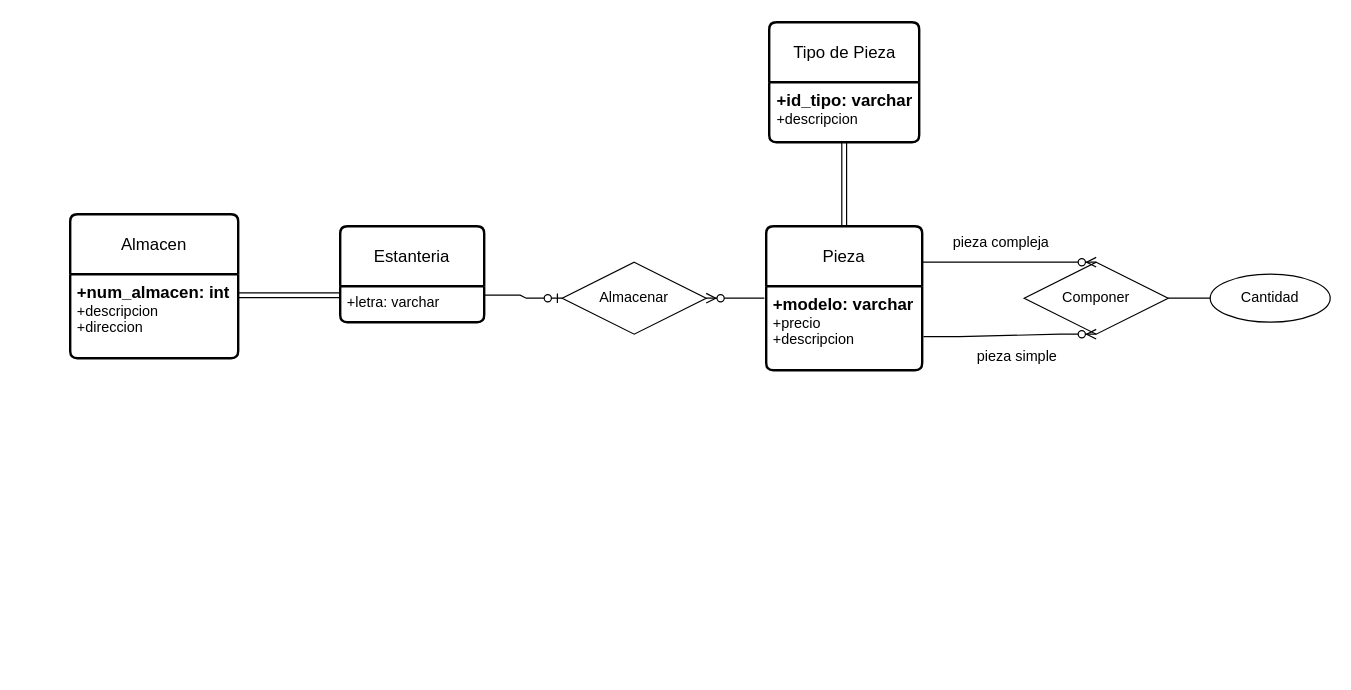
Before: ejercicio5.drawio in AsierGArranz/aga-sru-sa-t-UD12DiagramaER-11102023, a draw.io diagram. Source tidied: cells renumbered, new cells numbered last; positions are measured from the earlier drawing's top-left corner, leaving out a move shared by most shapes. Both pictures are drawn from the tidied source at 120%, with x=0, y=0 at pixel (70, 22).
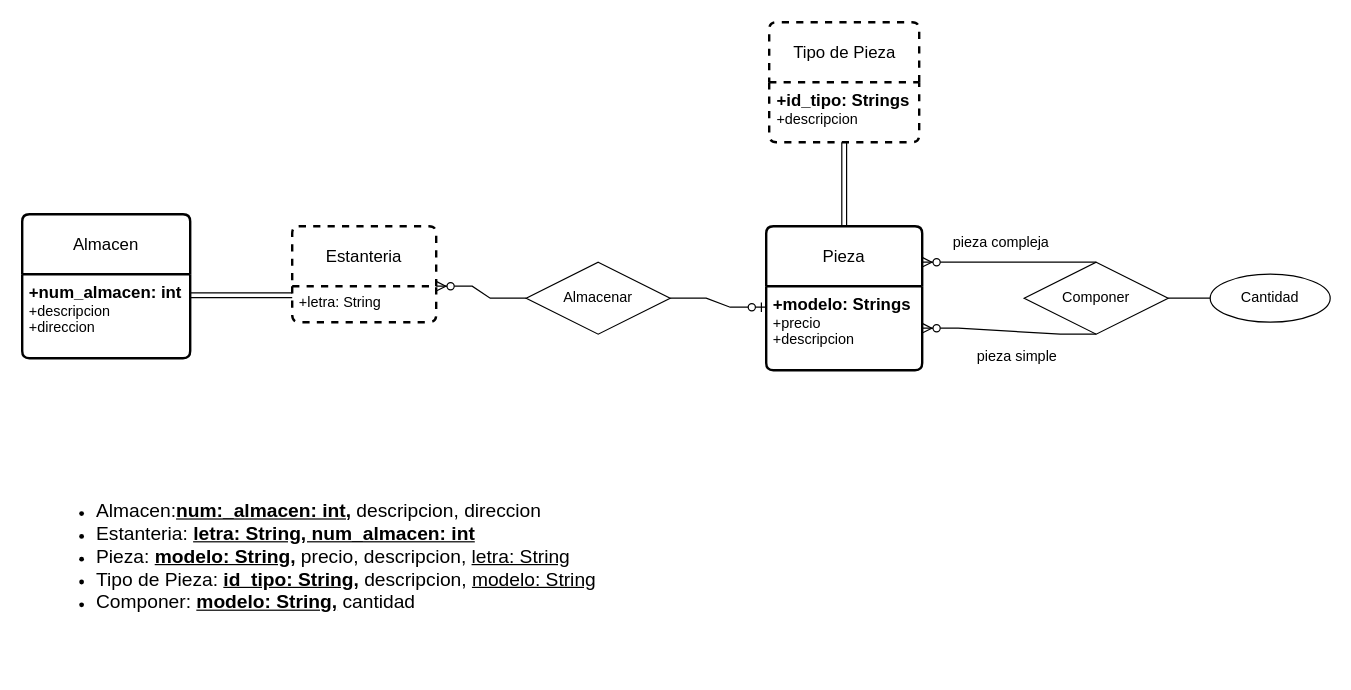
Above is the later version.

The change refers to these unchanged cells:
```xml
<mxCell id="4" value="Pieza" style="swimlane;horizontal=1;startSize=50;rounded=1;fontSize=14;fontStyle=0;strokeWidth=2;shadow=0;dashed=0;align=center;arcSize=4;whiteSpace=wrap;html=1;" parent="1" vertex="1">
  <mxGeometry x="580" y="170" width="130" height="120" as="geometry" />
</mxCell>
<mxCell id="8" value="Componer" style="shape=rhombus;perimeter=rhombusPerimeter;whiteSpace=wrap;html=1;align=center;" parent="1" vertex="1">
  <mxGeometry x="795" y="200" width="120" height="60" as="geometry" />
</mxCell>
```

What changed in the source:
```diff
@@
-    <mxCell id="2" value="Tipo de Pieza" style="swimlane;horizontal=1;startSize=50;rounded=1;fontSize=14;fontStyle=0;strokeWidth=2;shadow=0;dashed=0;align=center;arcSize=4;whiteSpace=wrap;html=1;" parent="1" vertex="1">
+    <mxCell id="2" value="Tipo de Pieza" style="swimlane;horizontal=1;startSize=50;rounded=1;fontSize=14;fontStyle=0;strokeWidth=2;shadow=0;dashed=1;align=center;arcSize=4;whiteSpace=wrap;html=1;" parent="1" vertex="1">
       <mxGeometry x="582.5" width="125" height="100" as="geometry" />
     </mxCell>
-    <mxCell id="3" value="&lt;font style=&quot;font-size: 14px;&quot;&gt;&lt;b&gt;+id_tipo: varchar&lt;br&gt;&lt;/b&gt;&lt;/font&gt;+descripcion" style="align=left;strokeColor=none;fillColor=none;spacingLeft=4;fontSize=12;verticalAlign=top;html=1;" parent="2" vertex="1">
+    <mxCell id="3" value="&lt;font style=&quot;font-size: 14px;&quot;&gt;&lt;b&gt;+id_tipo: Strings&lt;br&gt;&lt;/b&gt;&lt;/font&gt;+descripcion" style="align=left;strokeColor=none;fillColor=none;spacingLeft=4;fontSize=12;verticalAlign=top;html=1;" parent="2" vertex="1">
       <mxGeometry y="50" width="125" height="50" as="geometry" />
     </mxCell>
@@
-    <mxCell id="5" value="&lt;font style=&quot;font-size: 14px;&quot;&gt;&lt;b&gt;+modelo: varchar&lt;br&gt;&lt;/b&gt;&lt;/font&gt;+precio&lt;br&gt;+descripcion" style="align=left;strokeColor=none;fillColor=none;spacingLeft=4;fontSize=12;verticalAlign=top;html=1;" parent="4" vertex="1">
+    <mxCell id="5" value="&lt;font style=&quot;font-size: 14px;&quot;&gt;&lt;b&gt;+modelo: Strings&lt;br&gt;&lt;/b&gt;&lt;/font&gt;+precio&lt;br&gt;+descripcion" style="align=left;strokeColor=none;fillColor=none;spacingLeft=4;fontSize=12;verticalAlign=top;html=1;" parent="4" vertex="1">
       <mxGeometry y="50" width="130" height="70" as="geometry" />
     </mxCell>
-    <mxCell id="6" value="Estanteria" style="swimlane;horizontal=1;startSize=50;rounded=1;fontSize=14;fontStyle=0;strokeWidth=2;shadow=0;dashed=0;align=center;arcSize=4;whiteSpace=wrap;html=1;" parent="1" vertex="1">
-      <mxGeometry x="225" y="170" width="120" height="80" as="geometry" />
+    <mxCell id="6" value="Estanteria" style="swimlane;horizontal=1;startSize=50;rounded=1;fontSize=14;fontStyle=0;strokeWidth=2;shadow=0;dashed=1;align=center;arcSize=4;whiteSpace=wrap;html=1;" parent="1" vertex="1">
+      <mxGeometry x="185" y="170" width="120" height="80" as="geometry" />
     </mxCell>
-    <mxCell id="7" value="+letra: varchar" style="align=left;strokeColor=none;fillColor=none;spacingLeft=4;fontSize=12;verticalAlign=top;html=1;" parent="6" vertex="1">
+    <mxCell id="7" value="+letra: String" style="align=left;strokeColor=none;fillColor=none;spacingLeft=4;fontSize=12;verticalAlign=top;html=1;" parent="6" vertex="1">
       <mxGeometry y="50" width="120" height="30" as="geometry" />
     </mxCell>
@@
     <mxCell id="10" value="Almacenar" style="shape=rhombus;perimeter=rhombusPerimeter;whiteSpace=wrap;html=1;align=center;" parent="1" vertex="1">
-      <mxGeometry x="410" y="200" width="120" height="60" as="geometry" />
+      <mxGeometry x="380" y="200" width="120" height="60" as="geometry" />
     </mxCell>
     <mxCell id="11" value="Almacen" style="swimlane;horizontal=1;startSize=50;rounded=1;fontSize=14;fontStyle=0;strokeWidth=2;shadow=0;dashed=0;align=center;arcSize=4;whiteSpace=wrap;html=1;" parent="1" vertex="1">
-      <mxGeometry y="160" width="140" height="120" as="geometry" />
+      <mxGeometry x="-40" y="160" width="140" height="120" as="geometry" />
     </mxCell>
@@
-    <mxCell id="14" style="edgeStyle=entityRelationEdgeStyle;fontSize=12;html=1;endArrow=ERzeroToOne;endFill=1;rounded=0;exitX=1;exitY=0.25;exitDx=0;exitDy=0;entryX=0;entryY=0.5;entryDx=0;entryDy=0;" parent="1" edge="1" source="7" target="10">
+    <mxCell id="14" style="edgeStyle=entityRelationEdgeStyle;fontSize=12;html=1;endArrow=ERzeroToOne;endFill=1;rounded=0;entryX=0;entryY=0.25;entryDx=0;entryDy=0;exitX=1;exitY=0.5;exitDx=0;exitDy=0;" parent="1" edge="1" source="10" target="5">
       <mxGeometry relative="1" as="geometry" />
     </mxCell>
-    <mxCell id="15" style="edgeStyle=entityRelationEdgeStyle;fontSize=12;html=1;endArrow=ERzeroToMany;endFill=1;rounded=0;exitX=-0.012;exitY=0.143;exitDx=0;exitDy=0;exitPerimeter=0;" parent="1" edge="1" source="5" target="10">
+    <mxCell id="15" style="edgeStyle=entityRelationEdgeStyle;fontSize=12;html=1;endArrow=ERzeroToMany;endFill=1;rounded=0;exitX=0;exitY=0.5;exitDx=0;exitDy=0;entryX=1;entryY=0;entryDx=0;entryDy=0;" parent="1" edge="1" source="10" target="7">
       <mxGeometry relative="1" as="geometry" />
     </mxCell>
@@
-    <mxCell id="17" style="edgeStyle=entityRelationEdgeStyle;fontSize=12;html=1;endArrow=ERzeroToMany;endFill=1;rounded=0;exitX=1;exitY=0.25;exitDx=0;exitDy=0;entryX=0.5;entryY=0;entryDx=0;entryDy=0;" parent="1" edge="1" source="4" target="8">
+    <mxCell id="17" style="edgeStyle=entityRelationEdgeStyle;fontSize=12;html=1;endArrow=ERzeroToMany;endFill=1;rounded=0;exitX=0.5;exitY=0;exitDx=0;exitDy=0;entryX=1;entryY=0.25;entryDx=0;entryDy=0;" parent="1" edge="1" source="8" target="4">
       <mxGeometry relative="1" as="geometry" />
     </mxCell>
@@
-    <mxCell id="19" style="edgeStyle=entityRelationEdgeStyle;fontSize=12;html=1;endArrow=ERzeroToMany;endFill=1;rounded=0;entryX=0.5;entryY=1;entryDx=0;entryDy=0;exitX=1.008;exitY=0.6;exitDx=0;exitDy=0;exitPerimeter=0;" parent="1" edge="1" source="5" target="8">
+    <mxCell id="19" style="edgeStyle=entityRelationEdgeStyle;fontSize=12;html=1;endArrow=ERzeroToMany;endFill=1;rounded=0;entryX=1;entryY=0.5;entryDx=0;entryDy=0;exitX=0.5;exitY=1;exitDx=0;exitDy=0;" parent="1" edge="1" source="8" target="5">
       <mxGeometry relative="1" as="geometry" />
     </mxCell>
@@
+    <mxCell id="22" value="&lt;ul&gt;&lt;li&gt;&lt;span style=&quot;font-size: 16px;&quot;&gt;Almacen:&lt;u style=&quot;font-weight: bold;&quot;&gt;num:_almacen: int,&lt;/u&gt;&amp;nbsp;descripcion, direccion&lt;/span&gt;&lt;/li&gt;&lt;li&gt;&lt;span style=&quot;font-size: 16px;&quot;&gt;Estanteria: &lt;b&gt;&lt;u&gt;letra: String, num_almacen: int&lt;/u&gt;&lt;/b&gt;&lt;/span&gt;&lt;/li&gt;&lt;li&gt;&lt;span style=&quot;font-size: 16px;&quot;&gt;Pieza: &lt;u style=&quot;font-weight: bold;&quot;&gt;modelo: String,&lt;/u&gt;&amp;nbsp;precio, descripcion, &lt;u&gt;letra: String&lt;/u&gt;&lt;/span&gt;&lt;/li&gt;&lt;li&gt;&lt;span style=&quot;font-size: 16px;&quot;&gt;Tipo de Pieza: &lt;u style=&quot;font-weight: bold;&quot;&gt;id_tipo: String,&lt;/u&gt;&amp;nbsp;descripcion, &lt;u&gt;modelo: String&lt;/u&gt;&lt;/span&gt;&lt;/li&gt;&lt;li&gt;&lt;span style=&quot;font-size: 16px;&quot;&gt;Componer: &lt;u style=&quot;font-weight: bold;&quot;&gt;modelo: String,&lt;/u&gt;&amp;nbsp;cantidad&lt;/span&gt;&lt;/li&gt;&lt;/ul&gt;" style="text;strokeColor=none;fillColor=none;html=1;whiteSpace=wrap;verticalAlign=middle;overflow=hidden;" parent="1" vertex="1">
+      <mxGeometry x="-20" y="350" width="640" height="190" as="geometry" />
+    </mxCell>
```
